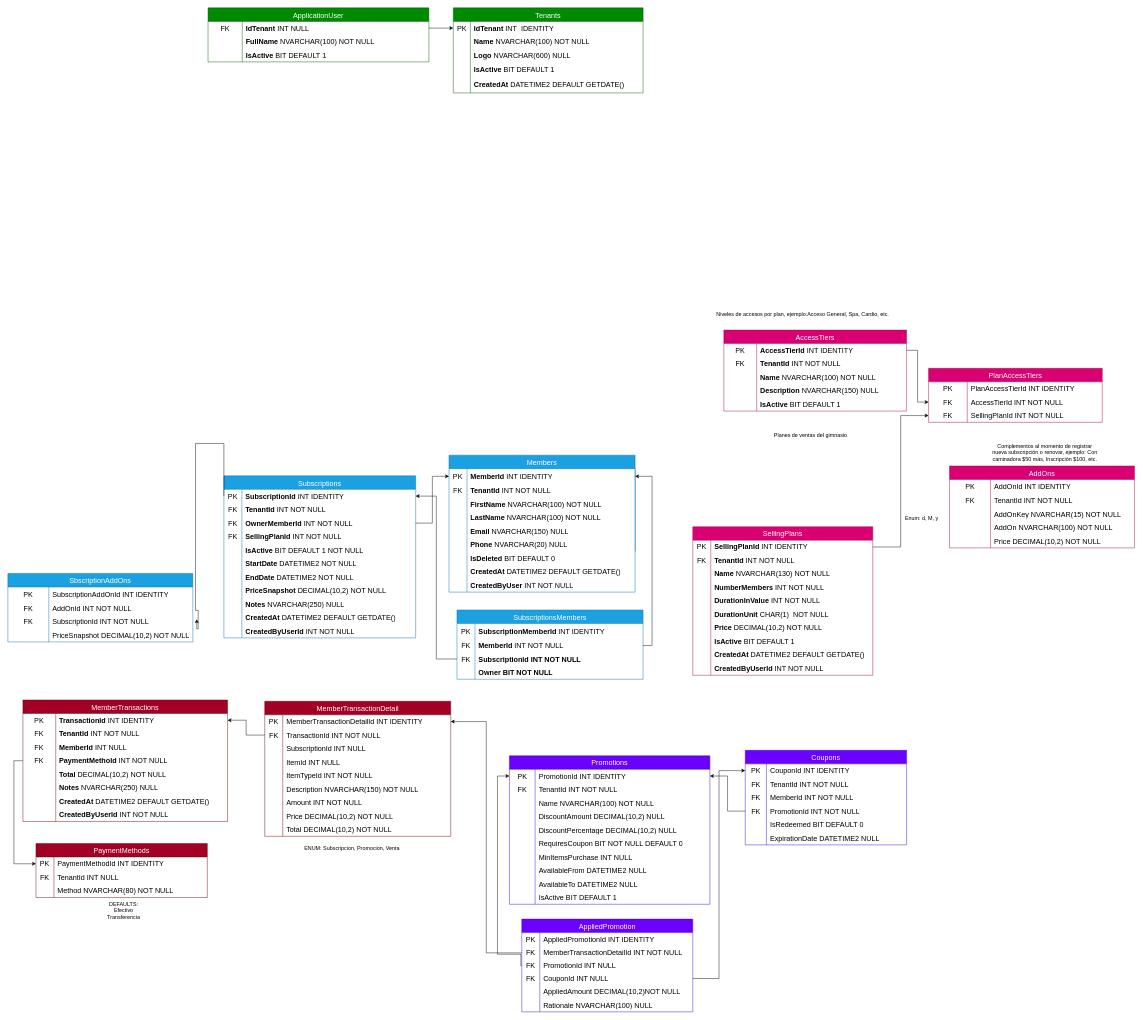
The draw.io diagram docs/AcxessDataBaseDiagram.drawio in Maumedev/Acxess, before the edit. Source tidied: cells renumbered, new cells numbered last; positions are measured from the earlier drawing's top-left corner, leaving out a move shared by most shapes. Both pictures are drawn from the tidied source at 45%, with x=0, y=0 at pixel (8, 8).
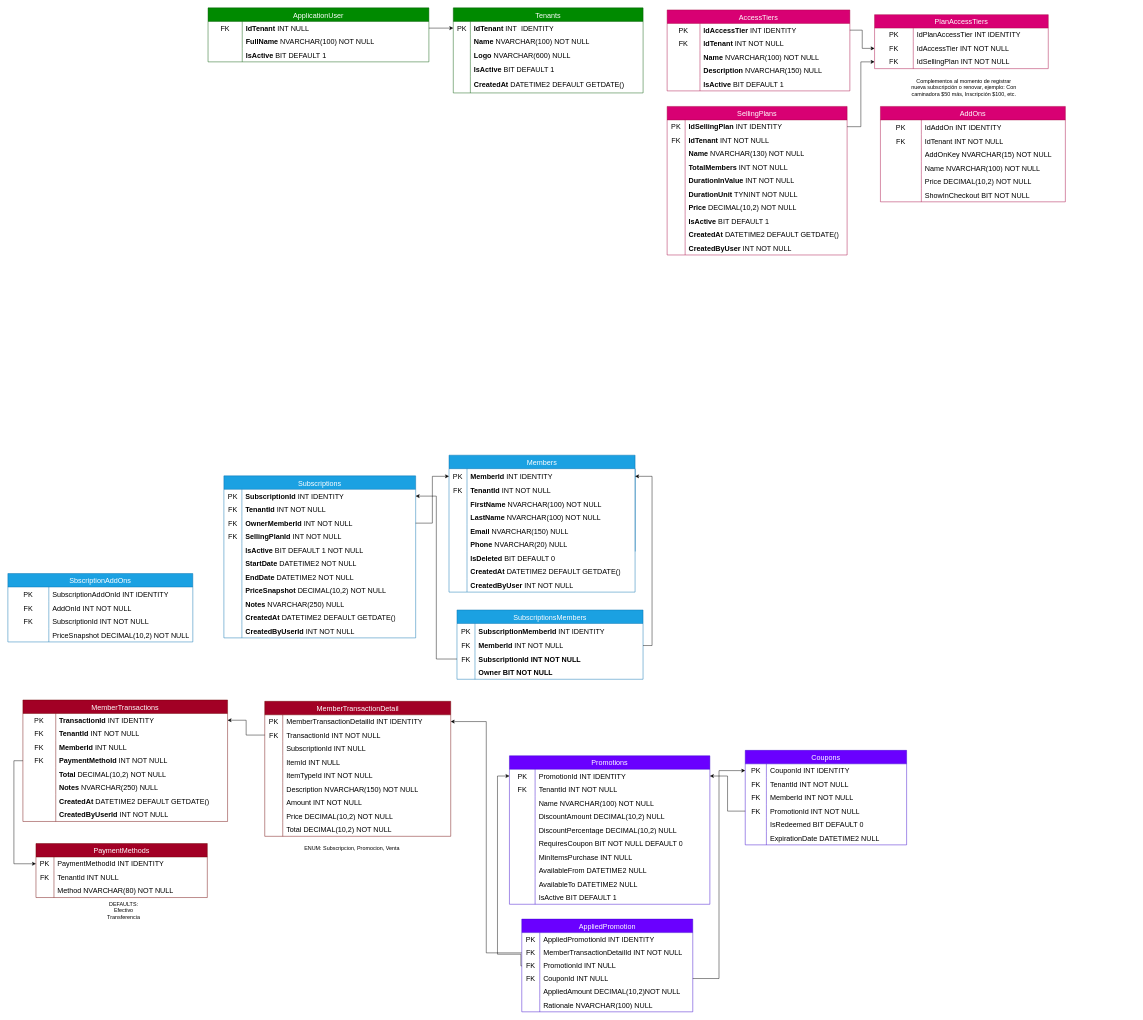
Above is the later version.

The change refers to these unchanged cells:
```xml
<mxCell id="29" style="shape=tableRow;horizontal=0;startSize=0;swimlaneHead=0;swimlaneBody=0;top=0;left=0;bottom=0;right=0;fillColor=none;points=[[0,0.5],[1,0.5]];portConstraint=eastwest;strokeColor=inherit;fontSize=16;" parent="28" vertex="1">
  <mxGeometry y="30" width="406.1" height="30" as="geometry" />
</mxCell>
<mxCell id="32" style="shape=tableRow;horizontal=0;startSize=0;swimlaneHead=0;swimlaneBody=0;top=0;left=0;bottom=0;right=0;fillColor=none;strokeColor=inherit;fontSize=16;" parent="28" vertex="1">
  <mxGeometry y="60" width="406.1" height="30" as="geometry" />
</mxCell>
<mxCell id="45" style="shape=tableRow;horizontal=0;startSize=0;swimlaneHead=0;swimlaneBody=0;top=0;left=0;bottom=0;right=0;fillColor=none;points=[[0,0.5],[1,0.5]];portConstraint=eastwest;strokeColor=inherit;fontSize=16;" parent="44" vertex="1">
  <mxGeometry y="30" width="400" height="30" as="geometry" />
</mxCell>
<mxCell id="48" style="shape=tableRow;horizontal=0;startSize=0;swimlaneHead=0;swimlaneBody=0;top=0;left=0;bottom=0;right=0;fillColor=none;strokeColor=inherit;fontSize=16;" parent="44" vertex="1">
  <mxGeometry y="60" width="400" height="30" as="geometry" />
</mxCell>
<mxCell id="54" style="shape=tableRow;horizontal=0;startSize=0;swimlaneHead=0;swimlaneBody=0;top=0;left=0;bottom=0;right=0;fillColor=none;strokeColor=inherit;fontSize=16;" parent="44" vertex="1">
  <mxGeometry y="120" width="400" height="30" as="geometry" />
</mxCell>
<mxCell id="60" style="shape=tableRow;horizontal=0;startSize=0;swimlaneHead=0;swimlaneBody=0;top=0;left=0;bottom=0;right=0;fillColor=none;strokeColor=inherit;fontSize=16;" parent="44" vertex="1">
  <mxGeometry y="180" width="400" height="30" as="geometry" />
</mxCell>
<mxCell id="72" style="shape=tableRow;horizontal=0;startSize=0;swimlaneHead=0;swimlaneBody=0;top=0;left=0;bottom=0;right=0;fillColor=none;strokeColor=inherit;fontSize=16;" parent="44" vertex="1">
  <mxGeometry y="300" width="400" height="30" as="geometry" />
</mxCell>
<mxCell id="105" style="shape=tableRow;horizontal=0;startSize=0;swimlaneHead=0;swimlaneBody=0;top=0;left=0;bottom=0;right=0;fillColor=none;points=[[0,0.5],[1,0.5]];portConstraint=eastwest;strokeColor=inherit;fontSize=16;" parent="104" vertex="1">
  <mxGeometry y="30" width="426.2" height="30" as="geometry" />
</mxCell>
<mxCell id="166" style="shape=tableRow;horizontal=0;startSize=0;swimlaneHead=0;swimlaneBody=0;top=0;left=0;bottom=0;right=0;fillColor=none;strokeColor=inherit;fontSize=16;" parent="165" vertex="1">
  <mxGeometry y="30" width="411" height="32" as="geometry" />
</mxCell>
<mxCell id="169" style="shape=tableRow;horizontal=0;startSize=0;swimlaneHead=0;swimlaneBody=0;top=0;left=0;bottom=0;right=0;fillColor=none;strokeColor=inherit;fontSize=16;" parent="165" vertex="1">
  <mxGeometry y="62" width="411" height="30" as="geometry" />
</mxCell>
<mxCell id="175" style="shape=tableRow;horizontal=0;startSize=0;swimlaneHead=0;swimlaneBody=0;top=0;left=0;bottom=0;right=0;fillColor=none;strokeColor=inherit;fontSize=16;" parent="165" vertex="1">
  <mxGeometry y="122" width="411" height="30" as="geometry" />
</mxCell>
<mxCell id="182" style="shape=tableRow;horizontal=0;startSize=0;swimlaneHead=0;swimlaneBody=0;top=0;left=0;bottom=0;right=0;fillColor=none;strokeColor=inherit;fontSize=16;" parent="181" vertex="1">
  <mxGeometry y="30" width="386" height="30" as="geometry" />
</mxCell>
<mxCell id="185" style="shape=tableRow;horizontal=0;startSize=0;swimlaneHead=0;swimlaneBody=0;top=0;left=0;bottom=0;right=0;fillColor=none;points=[[0,0.5],[1,0.5]];portConstraint=eastwest;strokeColor=inherit;fontSize=16;" parent="181" vertex="1">
  <mxGeometry y="60" width="386" height="30" as="geometry" />
</mxCell>
<mxCell id="188" style="shape=tableRow;horizontal=0;startSize=0;swimlaneHead=0;swimlaneBody=0;top=0;left=0;bottom=0;right=0;fillColor=none;points=[[0,0.5],[1,0.5]];portConstraint=eastwest;strokeColor=inherit;fontSize=16;" parent="181" vertex="1">
  <mxGeometry y="90" width="386" height="30" as="geometry" />
</mxCell>
<mxCell id="200" style="shape=tableRow;horizontal=0;startSize=0;swimlaneHead=0;swimlaneBody=0;top=0;left=0;bottom=0;right=0;fillColor=none;points=[[0,0.5],[1,0.5]];portConstraint=eastwest;strokeColor=inherit;fontSize=16;" parent="193" vertex="1">
  <mxGeometry y="92" width="411" height="30" as="geometry" />
</mxCell>
```

Change to the diagram source:
```diff
@@
     <mxCell id="28" value="AccessTiers" style="shape=table;startSize=30;childLayout=tableLayout;rowLines=0;fontStyle=0;strokeColor=#A50040;fontSize=16;fillColor=#d80073;fontColor=#ffffff;" parent="1" vertex="1">
-      <mxGeometry x="1591" y="716" width="406.1" height="180" as="geometry" />
+      <mxGeometry x="1465" y="4.5" width="406.1" height="180" as="geometry" />
     </mxCell>
@@
-    <mxCell id="31" value="&lt;font&gt;&lt;b&gt;AccessTierId &lt;/b&gt;INT IDENTITY&lt;/font&gt;" style="shape=partialRectangle;html=1;whiteSpace=wrap;fillColor=none;top=0;left=0;bottom=0;right=0;align=left;spacingLeft=6;overflow=hidden;strokeColor=inherit;fontSize=16;" parent="29" vertex="1">
+    <mxCell id="31" value="&lt;font&gt;&lt;b&gt;Id&lt;/b&gt;&lt;b&gt;AccessTier&amp;nbsp;&lt;/b&gt;INT IDENTITY&lt;/font&gt;" style="shape=partialRectangle;html=1;whiteSpace=wrap;fillColor=none;top=0;left=0;bottom=0;right=0;align=left;spacingLeft=6;overflow=hidden;strokeColor=inherit;fontSize=16;" parent="29" vertex="1">
       <mxGeometry x="73" width="333" height="30" as="geometry" />
     </mxCell>
@@
-    <mxCell id="34" value="&lt;b&gt;TenantId&amp;nbsp;&lt;/b&gt;&lt;span&gt;INT NOT NULL&lt;/span&gt;" style="shape=partialRectangle;html=1;whiteSpace=wrap;fillColor=none;top=0;left=0;bottom=0;right=0;align=left;spacingLeft=6;overflow=hidden;strokeColor=inherit;fontSize=16;" parent="32" vertex="1">
+    <mxCell id="34" value="&lt;b&gt;IdTenant&amp;nbsp;&lt;/b&gt;&lt;span&gt;INT NOT NULL&lt;/span&gt;" style="shape=partialRectangle;html=1;whiteSpace=wrap;fillColor=none;top=0;left=0;bottom=0;right=0;align=left;spacingLeft=6;overflow=hidden;strokeColor=inherit;fontSize=16;" parent="32" vertex="1">
       <mxGeometry x="73" width="333" height="30" as="geometry" />
     </mxCell>
@@
     <mxCell id="44" value="SellingPlans" style="shape=table;startSize=30;childLayout=tableLayout;rowLines=0;fontStyle=0;strokeColor=#A50040;fontSize=16;fillColor=#d80073;fontColor=#ffffff;" parent="1" vertex="1">
-      <mxGeometry x="1522" y="1153" width="400" height="330.1" as="geometry" />
+      <mxGeometry x="1465" y="219" width="400" height="330.1" as="geometry" />
     </mxCell>
@@
-    <mxCell id="47" value="&lt;font&gt;&lt;b&gt;SellingPlanId&amp;nbsp;&lt;/b&gt;INT IDENTITY&lt;/font&gt;" style="shape=partialRectangle;html=1;whiteSpace=wrap;fillColor=none;top=0;left=0;bottom=0;right=0;align=left;spacingLeft=6;overflow=hidden;strokeColor=inherit;fontSize=16;" parent="45" vertex="1">
+    <mxCell id="47" value="&lt;font&gt;&lt;b&gt;Id&lt;/b&gt;&lt;b&gt;SellingPlan&amp;nbsp;&lt;/b&gt;INT IDENTITY&lt;/font&gt;" style="shape=partialRectangle;html=1;whiteSpace=wrap;fillColor=none;top=0;left=0;bottom=0;right=0;align=left;spacingLeft=6;overflow=hidden;strokeColor=inherit;fontSize=16;" parent="45" vertex="1">
       <mxGeometry x="40" width="360" height="30" as="geometry" />
     </mxCell>
@@
-    <mxCell id="50" value="&lt;b&gt;TenantId&amp;nbsp;&lt;/b&gt;&lt;span&gt;INT NOT NULL&lt;/span&gt;" style="shape=partialRectangle;html=1;whiteSpace=wrap;fillColor=none;top=0;left=0;bottom=0;right=0;align=left;spacingLeft=6;overflow=hidden;strokeColor=inherit;fontSize=16;" parent="48" vertex="1">
+    <mxCell id="50" value="&lt;b&gt;Id&lt;/b&gt;&lt;b&gt;Tenant&amp;nbsp;&lt;/b&gt;&lt;span&gt;INT NOT NULL&lt;/span&gt;" style="shape=partialRectangle;html=1;whiteSpace=wrap;fillColor=none;top=0;left=0;bottom=0;right=0;align=left;spacingLeft=6;overflow=hidden;strokeColor=inherit;fontSize=16;" parent="48" vertex="1">
       <mxGeometry x="40" width="360" height="30" as="geometry" />
     </mxCell>
@@
-    <mxCell id="56" value="&lt;font&gt;&lt;b&gt;NumberMembers&amp;nbsp;&lt;/b&gt;INT NOT NULL&lt;/font&gt;" style="shape=partialRectangle;html=1;whiteSpace=wrap;fillColor=none;top=0;left=0;bottom=0;right=0;align=left;spacingLeft=6;overflow=hidden;strokeColor=inherit;fontSize=16;" parent="54" vertex="1">
+    <mxCell id="56" value="&lt;font&gt;&lt;b&gt;TotalMembers&amp;nbsp;&lt;/b&gt;INT NOT NULL&lt;/font&gt;" style="shape=partialRectangle;html=1;whiteSpace=wrap;fillColor=none;top=0;left=0;bottom=0;right=0;align=left;spacingLeft=6;overflow=hidden;strokeColor=inherit;fontSize=16;" parent="54" vertex="1">
       <mxGeometry x="40" width="360" height="30" as="geometry" />
     </mxCell>
@@
-    <mxCell id="62" value="&lt;font&gt;&lt;b&gt;DurationUnit&amp;nbsp;&lt;/b&gt;CHAR(1)&amp;nbsp; NOT NULL&amp;nbsp;&lt;/font&gt;" style="shape=partialRectangle;html=1;whiteSpace=wrap;fillColor=none;top=0;left=0;bottom=0;right=0;align=left;spacingLeft=6;overflow=hidden;strokeColor=inherit;fontSize=16;" parent="60" vertex="1">
+    <mxCell id="62" value="&lt;font&gt;&lt;b&gt;DurationUnit&amp;nbsp;&lt;/b&gt;TYNINT NOT NULL&amp;nbsp;&lt;/font&gt;" style="shape=partialRectangle;html=1;whiteSpace=wrap;fillColor=none;top=0;left=0;bottom=0;right=0;align=left;spacingLeft=6;overflow=hidden;strokeColor=inherit;fontSize=16;" parent="60" vertex="1">
       <mxGeometry x="40" width="360" height="30" as="geometry" />
     </mxCell>
@@
-    <mxCell id="74" value="&lt;b&gt;CreatedByUserId&amp;nbsp;&lt;/b&gt;&lt;span&gt;INT NOT NULL&lt;/span&gt;" style="shape=partialRectangle;html=1;whiteSpace=wrap;fillColor=none;top=0;left=0;bottom=0;right=0;align=left;spacingLeft=6;overflow=hidden;strokeColor=inherit;fontSize=16;" parent="72" vertex="1">
+    <mxCell id="74" value="&lt;b&gt;CreatedByUser&amp;nbsp;&lt;/b&gt;&lt;span&gt;INT NOT NULL&lt;/span&gt;" style="shape=partialRectangle;html=1;whiteSpace=wrap;fillColor=none;top=0;left=0;bottom=0;right=0;align=left;spacingLeft=6;overflow=hidden;strokeColor=inherit;fontSize=16;" parent="72" vertex="1">
       <mxGeometry x="40" width="360" height="30" as="geometry" />
     </mxCell>
@@
     <mxCell id="165" value="AddOns" style="shape=table;startSize=30;childLayout=tableLayout;rowLines=0;fontStyle=0;strokeColor=#A50040;fontSize=16;fillColor=#d80073;fontColor=#ffffff;" parent="1" vertex="1">
-      <mxGeometry x="2092.6" y="1018" width="411" height="182" as="geometry" />
+      <mxGeometry x="1939" y="219" width="411" height="212" as="geometry" />
     </mxCell>
@@
-    <mxCell id="168" value="AddOnId INT IDENTITY" style="shape=partialRectangle;html=1;whiteSpace=wrap;fillColor=none;top=0;left=0;bottom=0;right=0;align=left;spacingLeft=6;overflow=hidden;strokeColor=inherit;fontSize=16;" parent="166" vertex="1">
+    <mxCell id="168" value="IdAddOn INT IDENTITY" style="shape=partialRectangle;html=1;whiteSpace=wrap;fillColor=none;top=0;left=0;bottom=0;right=0;align=left;spacingLeft=6;overflow=hidden;strokeColor=inherit;fontSize=16;" parent="166" vertex="1">
       <mxGeometry x="91" width="320" height="32" as="geometry" />
     </mxCell>
@@
-    <mxCell id="171" value="TenantId INT NOT NULL" style="shape=partialRectangle;html=1;whiteSpace=wrap;fillColor=none;top=0;left=0;bottom=0;right=0;align=left;spacingLeft=6;overflow=hidden;strokeColor=inherit;fontSize=16;" parent="169" vertex="1">
+    <mxCell id="171" value="IdTenant INT NOT NULL" style="shape=partialRectangle;html=1;whiteSpace=wrap;fillColor=none;top=0;left=0;bottom=0;right=0;align=left;spacingLeft=6;overflow=hidden;strokeColor=inherit;fontSize=16;" parent="169" vertex="1">
       <mxGeometry x="91" width="320" height="30" as="geometry" />
     </mxCell>
@@
-    <mxCell id="177" value="AddOn NVARCHAR(100) NOT NULL" style="shape=partialRectangle;html=1;whiteSpace=wrap;fillColor=none;top=0;left=0;bottom=0;right=0;align=left;spacingLeft=6;overflow=hidden;strokeColor=inherit;fontSize=16;" parent="175" vertex="1">
+    <mxCell id="177" value="Name NVARCHAR(100) NOT NULL" style="shape=partialRectangle;html=1;whiteSpace=wrap;fillColor=none;top=0;left=0;bottom=0;right=0;align=left;spacingLeft=6;overflow=hidden;strokeColor=inherit;fontSize=16;" parent="175" vertex="1">
       <mxGeometry x="91" width="320" height="30" as="geometry" />
     </mxCell>
@@
+    <mxCell id="341" style="shape=tableRow;horizontal=0;startSize=0;swimlaneHead=0;swimlaneBody=0;top=0;left=0;bottom=0;right=0;fillColor=none;strokeColor=inherit;fontSize=16;" parent="165" vertex="1">
+      <mxGeometry y="182" width="411" height="30" as="geometry" />
+    </mxCell>
+    <mxCell id="342" style="shape=partialRectangle;html=1;whiteSpace=wrap;fillColor=none;top=0;left=0;bottom=0;right=0;overflow=hidden;strokeColor=inherit;fontSize=16;" parent="341" vertex="1">
+      <mxGeometry width="91" height="30" as="geometry" />
+    </mxCell>
+    <mxCell id="343" value="ShowInCheckout BIT NOT NULL" style="shape=partialRectangle;html=1;whiteSpace=wrap;fillColor=none;top=0;left=0;bottom=0;right=0;align=left;spacingLeft=6;overflow=hidden;strokeColor=inherit;fontSize=16;" parent="341" vertex="1">
+      <mxGeometry x="91" width="320" height="30" as="geometry" />
+    </mxCell>
     <mxCell id="181" value="PlanAccessTiers" style="shape=table;startSize=30;childLayout=tableLayout;rowLines=0;fontStyle=0;fontSize=16;fillColor=#d80073;strokeColor=#A50040;fontColor=#ffffff;" parent="1" vertex="1">
-      <mxGeometry x="2046" y="801" width="386" height="120" as="geometry" />
+      <mxGeometry x="1926" y="15" width="386" height="120" as="geometry" />
     </mxCell>
@@
-    <mxCell id="184" value="PlanAccessTierId INT IDENTITY" style="shape=partialRectangle;html=1;whiteSpace=wrap;fillColor=none;top=0;left=0;bottom=0;right=0;align=left;spacingLeft=6;overflow=hidden;strokeColor=inherit;fontSize=16;" parent="182" vertex="1">
+    <mxCell id="184" value="IdPlanAccessTier INT IDENTITY" style="shape=partialRectangle;html=1;whiteSpace=wrap;fillColor=none;top=0;left=0;bottom=0;right=0;align=left;spacingLeft=6;overflow=hidden;strokeColor=inherit;fontSize=16;" parent="182" vertex="1">
       <mxGeometry x="86" width="300" height="30" as="geometry" />
     </mxCell>
@@
-    <mxCell id="187" value="AccessTierId INT NOT NULL" style="shape=partialRectangle;html=1;whiteSpace=wrap;fillColor=none;top=0;left=0;bottom=0;right=0;align=left;spacingLeft=6;overflow=hidden;strokeColor=inherit;fontSize=16;" parent="185" vertex="1">
+    <mxCell id="187" value="IdAccessTier INT NOT NULL" style="shape=partialRectangle;html=1;whiteSpace=wrap;fillColor=none;top=0;left=0;bottom=0;right=0;align=left;spacingLeft=6;overflow=hidden;strokeColor=inherit;fontSize=16;" parent="185" vertex="1">
       <mxGeometry x="86" width="300" height="30" as="geometry" />
     </mxCell>
@@
-    <mxCell id="190" value="SellingPlanId INT NOT NULL" style="shape=partialRectangle;html=1;whiteSpace=wrap;fillColor=none;top=0;left=0;bottom=0;right=0;align=left;spacingLeft=6;overflow=hidden;strokeColor=inherit;fontSize=16;" parent="188" vertex="1">
+    <mxCell id="190" value="IdSellingPlan INT NOT NULL" style="shape=partialRectangle;html=1;whiteSpace=wrap;fillColor=none;top=0;left=0;bottom=0;right=0;align=left;spacingLeft=6;overflow=hidden;strokeColor=inherit;fontSize=16;" parent="188" vertex="1">
       <mxGeometry x="86" width="300" height="30" as="geometry" />
     </mxCell>
@@
-    <mxCell id="206" style="edgeStyle=orthogonalEdgeStyle;rounded=0;jettySize=auto;html=1;exitX=0;exitY=0.5;exitDx=0;exitDy=0;entryX=1.021;entryY=0.317;entryDx=0;entryDy=0;entryPerimeter=0;" parent="1" edge="1" source="105" target="200">
-      <mxGeometry relative="1" as="geometry">
-        <Array as="points">
-          <mxPoint x="417" y="968" />
-          <mxPoint x="417" y="1339" />
-          <mxPoint x="423" y="1339" />
-          <mxPoint x="423" y="1380" />
-          <mxPoint x="420" y="1380" />
-        </Array>
-      </mxGeometry>
-    </mxCell>
@@
-    <mxCell id="288" value="Niveles de accesos por plan, ejemplo:Acceso General, Spa, Cardio, etc." style="text;html=1;whiteSpace=wrap;strokeColor=none;fillColor=none;align=center;verticalAlign=middle;rounded=0;" parent="1" vertex="1">
-      <mxGeometry x="1487" y="666" width="559" height="30" as="geometry" />
-    </mxCell>
-    <mxCell id="289" value="Planes de ventas del gimnasio" style="text;html=1;whiteSpace=wrap;strokeColor=none;fillColor=none;align=center;verticalAlign=middle;rounded=0;" parent="1" vertex="1">
-      <mxGeometry x="1671" y="936" width="226" height="30" as="geometry" />
-    </mxCell>
     <mxCell id="290" value="Complementos al momento de registrar nueva subscripción o renovar, ejemplo: Con caminadora $50 más, Inscripción $100, etc." style="text;html=1;whiteSpace=wrap;strokeColor=none;fillColor=none;align=center;verticalAlign=middle;rounded=0;" parent="1" vertex="1">
-      <mxGeometry x="2183.6" y="973" width="241" height="30" as="geometry" />
+      <mxGeometry x="2004" y="162" width="241" height="30" as="geometry" />
     </mxCell>
@@
-    <mxCell id="292" value="Enum: d, M, y" style="text;html=1;whiteSpace=wrap;strokeColor=none;fillColor=none;align=center;verticalAlign=middle;rounded=0;" parent="1" vertex="1">
-      <mxGeometry x="1982" y="1119" width="98" height="30" as="geometry" />
-    </mxCell>
```
